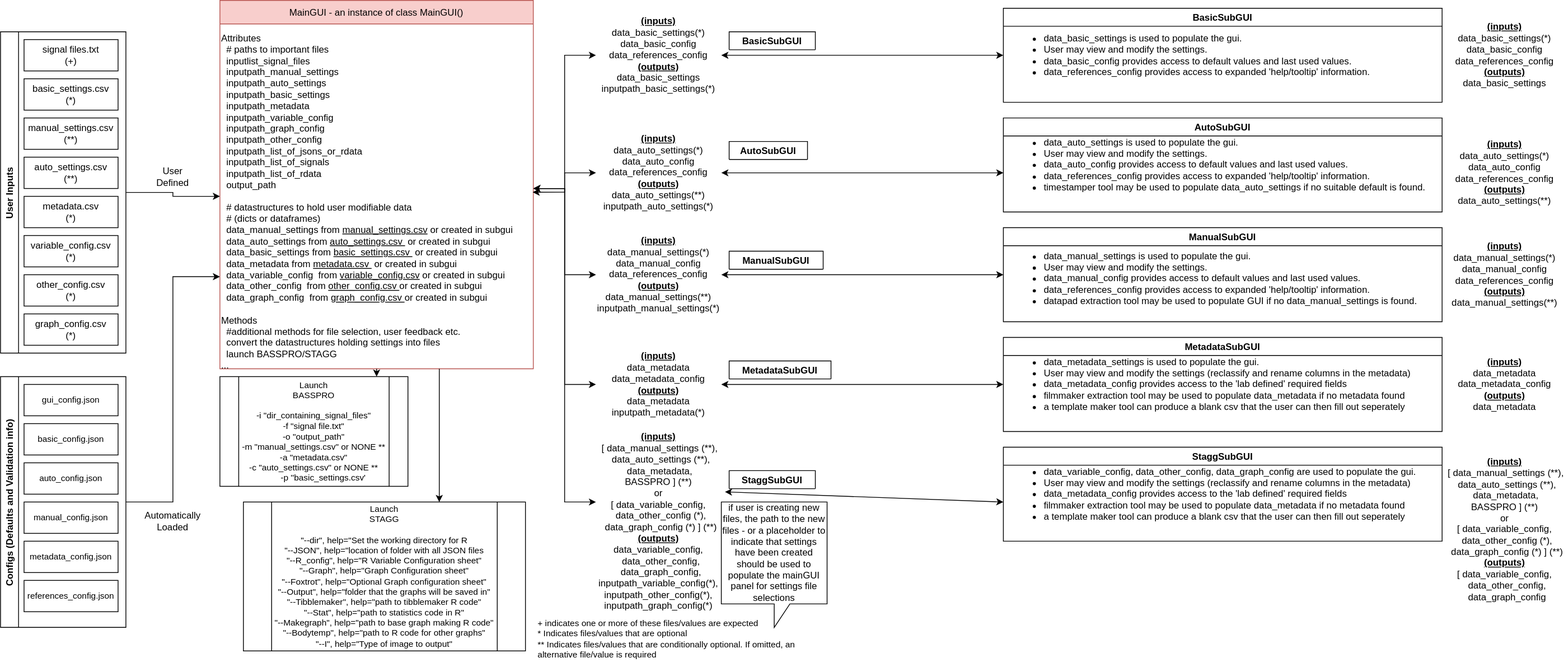
Earlier version of the draw.io export subGUI-BackEnd-Schema.drawio - Copy.svg (MolecularNeurobiology/Breathe_Easy). Source tidied: cells renumbered, new cells last; positions are measured from the earlier drawing's top-left corner, leaving out a move shared by most shapes.
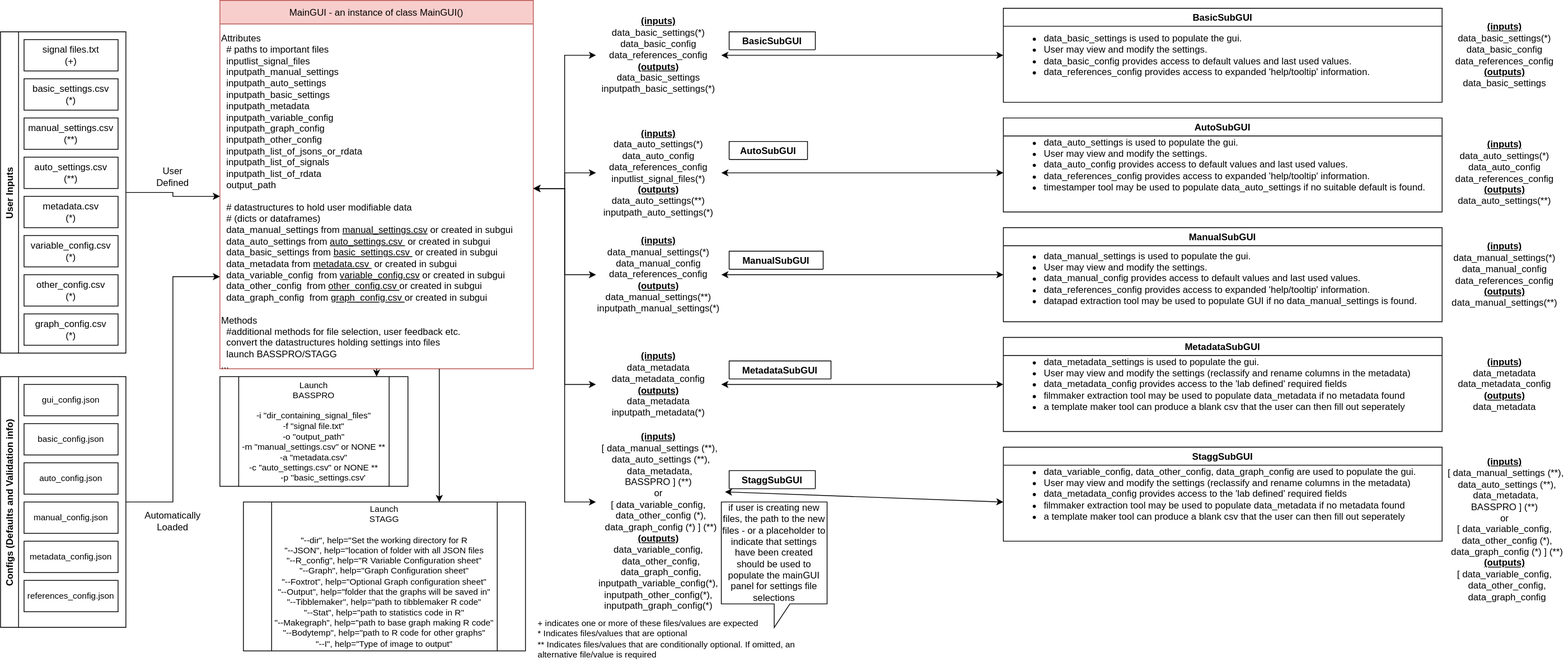
The same file after the commit.

What changed in the source:
```diff
@@ -95,8 +95,13 @@
     <mxCell id="32" value="Automatically Loaded" style="text;html=1;strokeColor=none;fillColor=none;align=center;verticalAlign=middle;whiteSpace=wrap;rounded=0;" parent="1" vertex="1">
       <mxGeometry x="190" y="650" width="60" height="30" as="geometry" />
     </mxCell>
-    <mxCell id="33" style="edgeStyle=orthogonalEdgeStyle;rounded=0;jettySize=auto;html=1;fontSize=11;startArrow=classic;startFill=1;entryX=0.998;entryY=0.488;entryDx=0;entryDy=0;entryPerimeter=0;" parent="1" edge="1" source="34" target="3">
-      <mxGeometry relative="1" as="geometry" />
+    <mxCell id="33" style="edgeStyle=orthogonalEdgeStyle;rounded=0;jettySize=auto;html=1;fontSize=11;startArrow=classic;startFill=1;" parent="1" edge="1" source="34" target="3">
+      <mxGeometry relative="1" as="geometry">
+        <Array as="points">
+          <mxPoint x="720" y="70" />
+          <mxPoint x="720" y="240" />
+        </Array>
+      </mxGeometry>
     </mxCell>
     <mxCell id="34" value="&lt;b&gt;&lt;u&gt;(inputs)&lt;/u&gt;&lt;/b&gt;&lt;br&gt;data_basic_settings(*)&lt;br&gt;data_basic_config&lt;br&gt;data_references_config&lt;br&gt;&lt;b&gt;&lt;u&gt;(outputs)&lt;/u&gt;&lt;/b&gt;&lt;br&gt;data_basic_settings&lt;br&gt;inputpath_basic_settings(*)" style="text;html=1;strokeColor=none;fillColor=none;align=center;verticalAlign=middle;whiteSpace=wrap;rounded=0;" parent="1" vertex="1">
       <mxGeometry x="760" y="10" width="160" height="120" as="geometry" />
@@ -109,7 +114,7 @@
         <mxPoint x="680" y="240" as="targetPoint" />
       </mxGeometry>
     </mxCell>
-    <mxCell id="37" value="&lt;b&gt;&lt;u&gt;(inputs)&lt;/u&gt;&lt;/b&gt;&lt;br&gt;data_auto_settings(*)&lt;br&gt;data_auto_config&lt;br&gt;data_references_config&lt;br&gt;&lt;b&gt;&lt;u&gt;(outputs)&lt;/u&gt;&lt;/b&gt;&lt;br&gt;data_auto_settings(**)&lt;br&gt;inputpath_auto_settings(*)" style="text;html=1;strokeColor=none;fillColor=none;align=center;verticalAlign=middle;whiteSpace=wrap;rounded=0;" parent="1" vertex="1">
+    <mxCell id="37" value="&lt;b&gt;&lt;u&gt;(inputs)&lt;/u&gt;&lt;/b&gt;&lt;br&gt;data_auto_settings(*)&lt;br&gt;data_auto_config&lt;br&gt;data_references_config&lt;br&gt;inputlist_signal_files(*)&lt;br&gt;&lt;b&gt;&lt;u&gt;(outputs)&lt;/u&gt;&lt;/b&gt;&lt;br&gt;data_auto_settings(**)&lt;br&gt;inputpath_auto_settings(*)" style="text;html=1;strokeColor=none;fillColor=none;align=center;verticalAlign=middle;whiteSpace=wrap;rounded=0;" parent="1" vertex="1">
       <mxGeometry x="760" y="160" width="160" height="120" as="geometry" />
     </mxCell>
     <mxCell id="38" value="&lt;ul&gt;&lt;li&gt;data_auto_settings is used to populate the gui. &lt;/li&gt;&lt;li&gt;User may view and modify the settings. &lt;/li&gt;&lt;li&gt;data_auto_config provides access to default values and last used values.&lt;/li&gt;&lt;li&gt;&lt;span&gt;data_references_config provides access to expanded 'help/tooltip' information.&lt;/span&gt;&lt;/li&gt;&lt;li&gt;&lt;span&gt;timestamper tool may be used to populate data_auto_settings if no suitable default is found.&lt;/span&gt;&lt;/li&gt;&lt;/ul&gt;" style="text;html=1;align=left;verticalAlign=middle;strokeColor=none;fillColor=none;" parent="1" vertex="1">
```
